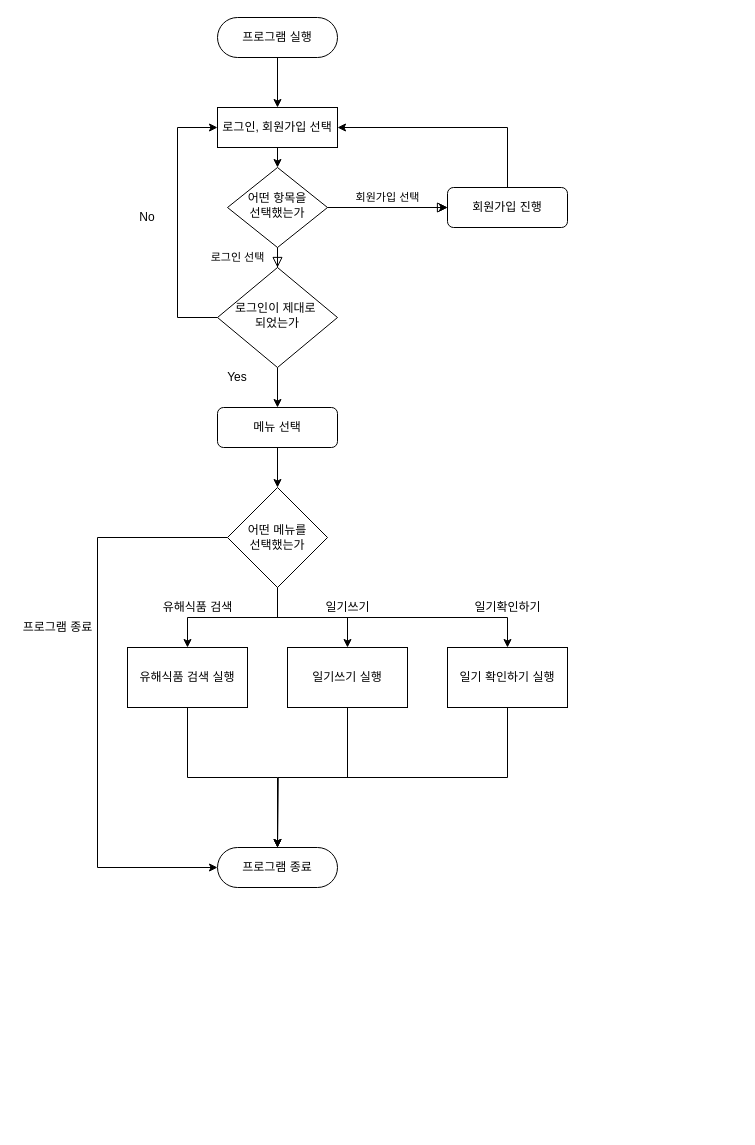
junsik1998/2020-2_INTRODUCTORY-COMPUTER-ENGINEERING-PROJECT2 keeps this draw.io diagram as 설계/fileIO.drawio. Above is the earlier version. Source tidied: cells renumbered, new cells numbered last; positions are measured from the earlier drawing's top-left corner, leaving out a move shared by most shapes. Both pictures are drawn from the tidied source at 100%, with x=0, y=0 at pixel (17, 17).
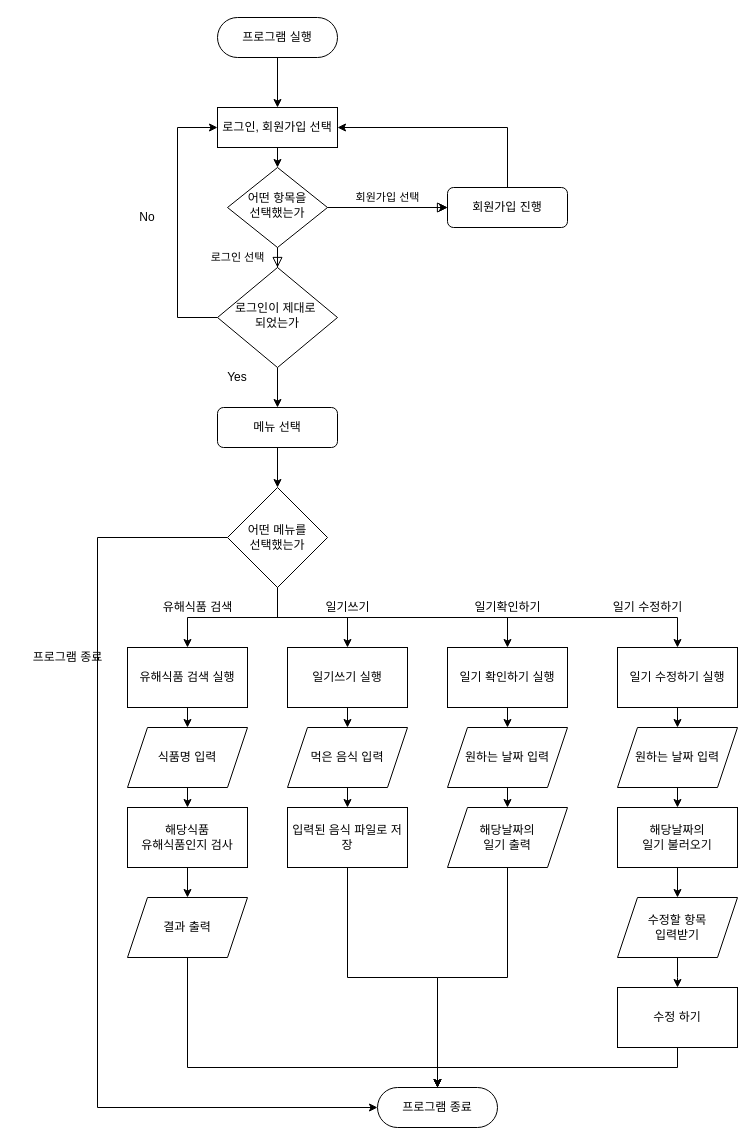
Above is the later version.

Unchanged cells that the change refers to:
```xml
<mxCell id="24" value="어떤 메뉴를&lt;br&gt;선택했는가" style="rhombus;whiteSpace=wrap;html=1;" parent="1" vertex="1">
  <mxGeometry x="210" y="470" width="100" height="100" as="geometry" />
</mxCell>
<mxCell id="26" value="유해식품 검색 실행" style="rounded=0;whiteSpace=wrap;html=1;" parent="1" vertex="1">
  <mxGeometry x="110" y="630" width="120" height="60" as="geometry" />
</mxCell>
<mxCell id="28" value="일기 확인하기 실행" style="rounded=0;whiteSpace=wrap;html=1;" parent="1" vertex="1">
  <mxGeometry x="430" y="630" width="120" height="60" as="geometry" />
</mxCell>
<mxCell id="30" value="일기쓰기 실행" style="rounded=0;whiteSpace=wrap;html=1;" parent="1" vertex="1">
  <mxGeometry x="270" y="630" width="120" height="60" as="geometry" />
</mxCell>
```

Change to the diagram source:
```diff
@@
     <mxCell id="15" value="프로그램 종료" style="rounded=1;whiteSpace=wrap;html=1;fontSize=12;glass=0;strokeWidth=1;shadow=0;arcSize=50;" parent="1" vertex="1">
-      <mxGeometry x="200" y="830" width="120" height="40" as="geometry" />
+      <mxGeometry x="360" y="1070" width="120" height="40" as="geometry" />
     </mxCell>
@@
     <mxCell id="23" style="edgeStyle=orthogonalEdgeStyle;rounded=0;jettySize=auto;html=1;exitX=0;exitY=0.5;exitDx=0;exitDy=0;entryX=0;entryY=0.5;entryDx=0;entryDy=0;" parent="1" edge="1" source="24" target="15">
       <mxGeometry relative="1" as="geometry">
         <Array as="points">
           <mxPoint x="80" y="520" />
-          <mxPoint x="80" y="850" />
+          <mxPoint x="80" y="1090" />
         </Array>
       </mxGeometry>
     </mxCell>
+    <mxCell id="35" style="edgeStyle=orthogonalEdgeStyle;rounded=0;jettySize=auto;html=1;exitX=0.5;exitY=1;exitDx=0;exitDy=0;entryX=0.5;entryY=0;entryDx=0;entryDy=0;" parent="1" edge="1" source="24" target="47">
+      <mxGeometry relative="1" as="geometry" />
+    </mxCell>
@@
-    <mxCell id="25" style="edgeStyle=orthogonalEdgeStyle;rounded=0;jettySize=auto;html=1;exitX=0.5;exitY=1;exitDx=0;exitDy=0;entryX=0.5;entryY=0;entryDx=0;entryDy=0;" parent="1" edge="1" source="26" target="15">
-      <mxGeometry relative="1" as="geometry" />
-    </mxCell>
+    <mxCell id="36" style="edgeStyle=orthogonalEdgeStyle;rounded=0;jettySize=auto;html=1;exitX=0.5;exitY=1;exitDx=0;exitDy=0;entryX=0.5;entryY=0;entryDx=0;entryDy=0;" parent="1" edge="1" source="26" target="40">
+      <mxGeometry relative="1" as="geometry" />
+    </mxCell>
@@
-    <mxCell id="27" style="edgeStyle=orthogonalEdgeStyle;rounded=0;jettySize=auto;html=1;exitX=0.5;exitY=1;exitDx=0;exitDy=0;" parent="1" edge="1" source="28">
-      <mxGeometry relative="1" as="geometry">
-        <mxPoint x="260" y="830" as="targetPoint" />
-      </mxGeometry>
-    </mxCell>
+    <mxCell id="37" style="edgeStyle=orthogonalEdgeStyle;rounded=0;jettySize=auto;html=1;exitX=0.5;exitY=1;exitDx=0;exitDy=0;entryX=0.5;entryY=0;entryDx=0;entryDy=0;" parent="1" edge="1" source="28" target="44">
+      <mxGeometry relative="1" as="geometry" />
+    </mxCell>
@@
-    <mxCell id="29" style="edgeStyle=orthogonalEdgeStyle;rounded=0;jettySize=auto;html=1;exitX=0.5;exitY=1;exitDx=0;exitDy=0;" parent="1" edge="1" source="30">
-      <mxGeometry relative="1" as="geometry">
-        <mxPoint x="260" y="830" as="targetPoint" />
-      </mxGeometry>
-    </mxCell>
+    <mxCell id="38" style="edgeStyle=orthogonalEdgeStyle;rounded=0;jettySize=auto;html=1;exitX=0.5;exitY=1;exitDx=0;exitDy=0;entryX=0.5;entryY=0;entryDx=0;entryDy=0;" parent="1" edge="1" source="30" target="42">
+      <mxGeometry relative="1" as="geometry" />
+    </mxCell>
@@
     <mxCell id="34" value="프로그램 종료" style="text;html=1;align=center;verticalAlign=middle;" parent="1" vertex="1">
-      <mxGeometry y="600" width="80" height="20" as="geometry" />
+      <mxGeometry x="10" y="630" width="80" height="20" as="geometry" />
     </mxCell>
+    <mxCell id="39" style="edgeStyle=orthogonalEdgeStyle;rounded=0;jettySize=auto;html=1;exitX=0.5;exitY=1;exitDx=0;exitDy=0;entryX=0.5;entryY=0;entryDx=0;entryDy=0;" parent="1" edge="1" source="40" target="53">
+      <mxGeometry relative="1" as="geometry" />
+    </mxCell>
+    <mxCell id="40" value="식품명 입력" style="shape=parallelogram;perimeter=parallelogramPerimeter;whiteSpace=wrap;html=1;fixedSize=1;" parent="1" vertex="1">
+      <mxGeometry x="110" y="710" width="120" height="60" as="geometry" />
+    </mxCell>
+    <mxCell id="41" style="edgeStyle=orthogonalEdgeStyle;rounded=0;jettySize=auto;html=1;exitX=0.5;exitY=1;exitDx=0;exitDy=0;entryX=0.5;entryY=0;entryDx=0;entryDy=0;" parent="1" edge="1" source="42" target="46">
+      <mxGeometry relative="1" as="geometry" />
+    </mxCell>
+    <mxCell id="42" value="먹은 음식 입력" style="shape=parallelogram;perimeter=parallelogramPerimeter;whiteSpace=wrap;html=1;fixedSize=1;size=20;" parent="1" vertex="1">
+      <mxGeometry x="270" y="710" width="120" height="60" as="geometry" />
+    </mxCell>
+    <mxCell id="43" style="edgeStyle=orthogonalEdgeStyle;rounded=0;jettySize=auto;html=1;exitX=0.5;exitY=1;exitDx=0;exitDy=0;entryX=0.5;entryY=0;entryDx=0;entryDy=0;" parent="1" edge="1" source="44" target="57">
+      <mxGeometry relative="1" as="geometry" />
+    </mxCell>
+    <mxCell id="44" value="원하는 날짜 입력" style="shape=parallelogram;perimeter=parallelogramPerimeter;whiteSpace=wrap;html=1;fixedSize=1;" parent="1" vertex="1">
+      <mxGeometry x="430" y="710" width="120" height="60" as="geometry" />
+    </mxCell>
+    <mxCell id="45" style="edgeStyle=orthogonalEdgeStyle;rounded=0;jettySize=auto;html=1;exitX=0.5;exitY=1;exitDx=0;exitDy=0;entryX=0.5;entryY=0;entryDx=0;entryDy=0;" parent="1" edge="1" source="46" target="15">
+      <mxGeometry relative="1" as="geometry" />
+    </mxCell>
+    <mxCell id="46" value="입력된 음식 파일로 저장" style="whiteSpace=wrap;html=1;" parent="1" vertex="1">
+      <mxGeometry x="270" y="790" width="120" height="60" as="geometry" />
+    </mxCell>
+    <mxCell id="47" value="일기 수정하기 실행" style="whiteSpace=wrap;html=1;" parent="1" vertex="1">
+      <mxGeometry x="600" y="630" width="120" height="60" as="geometry" />
+    </mxCell>
+    <mxCell id="48" value="일기 수정하기" style="text;html=1;align=center;verticalAlign=middle;" parent="1" vertex="1">
+      <mxGeometry x="590" y="580" width="80" height="20" as="geometry" />
+    </mxCell>
+    <mxCell id="49" style="edgeStyle=orthogonalEdgeStyle;rounded=0;jettySize=auto;html=1;exitX=0.5;exitY=1;exitDx=0;exitDy=0;entryX=0.5;entryY=0;entryDx=0;entryDy=0;" parent="1" edge="1" target="51">
+      <mxGeometry relative="1" as="geometry">
+        <mxPoint x="660" y="690" as="sourcePoint" />
+      </mxGeometry>
+    </mxCell>
+    <mxCell id="50" style="edgeStyle=orthogonalEdgeStyle;rounded=0;jettySize=auto;html=1;exitX=0.5;exitY=1;exitDx=0;exitDy=0;entryX=0.5;entryY=0;entryDx=0;entryDy=0;" parent="1" edge="1" source="51" target="59">
+      <mxGeometry relative="1" as="geometry" />
+    </mxCell>
+    <mxCell id="51" value="원하는 날짜 입력" style="shape=parallelogram;perimeter=parallelogramPerimeter;whiteSpace=wrap;html=1;fixedSize=1;" parent="1" vertex="1">
+      <mxGeometry x="600" y="710" width="120" height="60" as="geometry" />
+    </mxCell>
+    <mxCell id="52" style="edgeStyle=orthogonalEdgeStyle;rounded=0;jettySize=auto;html=1;exitX=0.5;exitY=1;exitDx=0;exitDy=0;entryX=0.5;entryY=0;entryDx=0;entryDy=0;" parent="1" edge="1" source="53" target="55">
+      <mxGeometry relative="1" as="geometry" />
+    </mxCell>
+    <mxCell id="53" value="해당식품 &lt;br&gt;유해식품인지 검사" style="whiteSpace=wrap;html=1;" parent="1" vertex="1">
+      <mxGeometry x="110" y="790" width="120" height="60" as="geometry" />
+    </mxCell>
+    <mxCell id="54" style="edgeStyle=orthogonalEdgeStyle;rounded=0;jettySize=auto;html=1;exitX=0.5;exitY=1;exitDx=0;exitDy=0;" parent="1" edge="1" source="55" target="15">
+      <mxGeometry relative="1" as="geometry">
+        <Array as="points">
+          <mxPoint x="170" y="1050" />
+          <mxPoint x="420" y="1050" />
+        </Array>
+      </mxGeometry>
+    </mxCell>
+    <mxCell id="55" value="결과 출력" style="shape=parallelogram;perimeter=parallelogramPerimeter;whiteSpace=wrap;html=1;fixedSize=1;" parent="1" vertex="1">
+      <mxGeometry x="110" y="880" width="120" height="60" as="geometry" />
+    </mxCell>
+    <mxCell id="56" style="edgeStyle=orthogonalEdgeStyle;rounded=0;jettySize=auto;html=1;exitX=0.5;exitY=1;exitDx=0;exitDy=0;entryX=0.5;entryY=0;entryDx=0;entryDy=0;" parent="1" edge="1" source="57" target="15">
+      <mxGeometry relative="1" as="geometry" />
+    </mxCell>
+    <mxCell id="57" value="해당날짜의 &lt;br&gt;일기 출력" style="shape=parallelogram;perimeter=parallelogramPerimeter;whiteSpace=wrap;html=1;fixedSize=1;" parent="1" vertex="1">
+      <mxGeometry x="430" y="790" width="120" height="60" as="geometry" />
+    </mxCell>
+    <mxCell id="58" style="edgeStyle=orthogonalEdgeStyle;rounded=0;jettySize=auto;html=1;exitX=0.5;exitY=1;exitDx=0;exitDy=0;entryX=0.5;entryY=0;entryDx=0;entryDy=0;" parent="1" edge="1" source="59" target="61">
+      <mxGeometry relative="1" as="geometry" />
+    </mxCell>
+    <mxCell id="59" value="해당날짜의 &lt;br&gt;일기 불러오기" style="whiteSpace=wrap;html=1;" parent="1" vertex="1">
+      <mxGeometry x="600" y="790" width="120" height="60" as="geometry" />
+    </mxCell>
+    <mxCell id="60" style="edgeStyle=orthogonalEdgeStyle;rounded=0;jettySize=auto;html=1;" parent="1" edge="1" source="61">
+      <mxGeometry relative="1" as="geometry">
+        <mxPoint x="660" y="970" as="targetPoint" />
+      </mxGeometry>
+    </mxCell>
+    <mxCell id="61" value="수정할 항목 &lt;br&gt;입력받기" style="shape=parallelogram;perimeter=parallelogramPerimeter;whiteSpace=wrap;html=1;fixedSize=1;" parent="1" vertex="1">
+      <mxGeometry x="600" y="880" width="120" height="60" as="geometry" />
+    </mxCell>
+    <mxCell id="62" style="edgeStyle=orthogonalEdgeStyle;rounded=0;jettySize=auto;html=1;exitX=0.5;exitY=1;exitDx=0;exitDy=0;entryX=0.5;entryY=0;entryDx=0;entryDy=0;" parent="1" edge="1" source="63" target="15">
+      <mxGeometry relative="1" as="geometry" />
+    </mxCell>
+    <mxCell id="63" value="수정 하기" style="whiteSpace=wrap;html=1;" parent="1" vertex="1">
+      <mxGeometry x="600" y="970" width="120" height="60" as="geometry" />
+    </mxCell>
```
